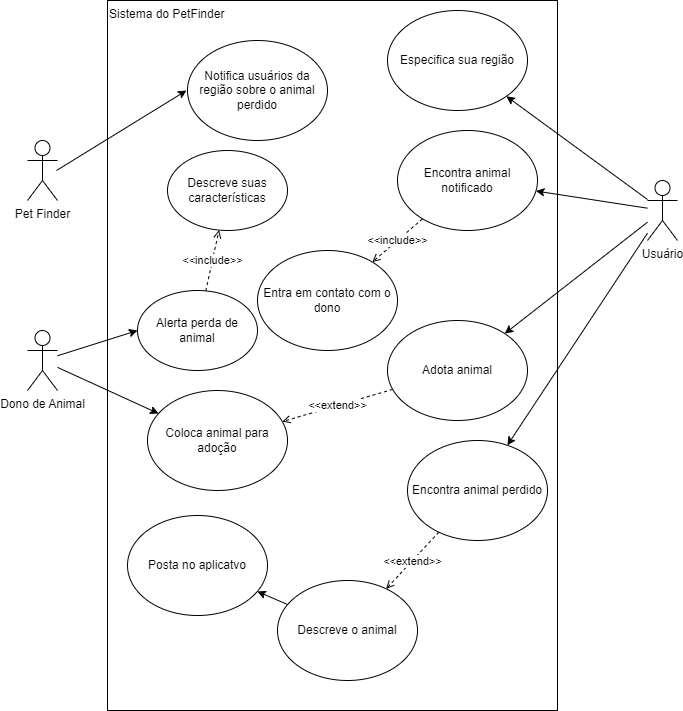
Enrico258/Projeto-de-Software keeps this draw.io diagram as Animal finder.drawio.png. Above is the earlier version. Source tidied: cells renumbered, new cells last; positions are measured from the earlier drawing's top-left corner, leaving out a move shared by most shapes.
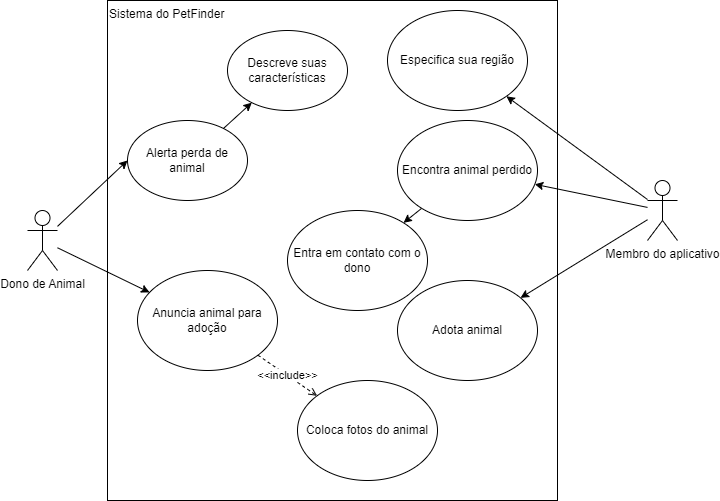
After the commit.

The edit, as a diff of the source:
```diff
@@ -3,30 +3,18 @@
     <mxCell id="0" />
     <mxCell id="1" parent="0" />
     <mxCell id="2" value="Sistema do PetFinder" style="rounded=0;whiteSpace=wrap;html=1;align=left;verticalAlign=top;" parent="1" vertex="1">
-      <mxGeometry x="80" width="450" height="710" as="geometry" />
+      <mxGeometry x="80" width="450" height="500" as="geometry" />
     </mxCell>
-    <mxCell id="3" style="rounded=0;orthogonalLoop=1;jettySize=auto;html=1;" parent="1" edge="1">
-      <mxGeometry relative="1" as="geometry">
-        <mxPoint x="29" y="170" as="sourcePoint" />
-        <mxPoint x="159" y="90" as="targetPoint" />
-      </mxGeometry>
-    </mxCell>
-    <mxCell id="4" value="Pet Finder" style="shape=umlActor;verticalLabelPosition=bottom;verticalAlign=top;html=1;" parent="1" vertex="1">
-      <mxGeometry y="140" width="30" height="60" as="geometry" />
-    </mxCell>
     <mxCell id="5" style="rounded=0;jettySize=auto;html=1;" parent="1" edge="1" source="9" target="17">
       <mxGeometry relative="1" as="geometry" />
     </mxCell>
     <mxCell id="6" style="rounded=0;jettySize=auto;html=1;" parent="1" edge="1" source="9" target="19">
       <mxGeometry relative="1" as="geometry" />
     </mxCell>
-    <mxCell id="7" style="rounded=0;jettySize=auto;html=1;" parent="1" edge="1" source="9" target="23">
-      <mxGeometry relative="1" as="geometry" />
-    </mxCell>
     <mxCell id="8" style="rounded=0;jettySize=auto;html=1;" parent="1" edge="1" source="9" target="29">
       <mxGeometry relative="1" as="geometry" />
     </mxCell>
-    <mxCell id="9" value="Usuário" style="shape=umlActor;verticalLabelPosition=bottom;verticalAlign=top;html=1;outlineConnect=0;" parent="1" vertex="1">
+    <mxCell id="9" value="Membro do aplicativo" style="shape=umlActor;verticalLabelPosition=bottom;verticalAlign=top;html=1;outlineConnect=0;" parent="1" vertex="1">
       <mxGeometry x="620" y="180" width="30" height="60" as="geometry" />
     </mxCell>
     <mxCell id="10" style="rounded=0;jettySize=auto;html=1;entryX=0;entryY=0.5;entryDx=0;entryDy=0;" parent="1" edge="1" source="12" target="15">
@@ -36,58 +24,40 @@
       <mxGeometry relative="1" as="geometry" />
     </mxCell>
     <mxCell id="12" value="Dono de Animal" style="shape=umlActor;verticalLabelPosition=bottom;verticalAlign=top;html=1;outlineConnect=0;" parent="1" vertex="1">
-      <mxGeometry y="330" width="30" height="60" as="geometry" />
+      <mxGeometry y="210" width="30" height="60" as="geometry" />
     </mxCell>
-    <mxCell id="13" value="Notifica usuários da região sobre o animal perdido" style="ellipse;whiteSpace=wrap;html=1;" parent="1" vertex="1">
-      <mxGeometry x="160" y="40" width="140" height="100" as="geometry" />
-    </mxCell>
-    <mxCell id="14" value="&amp;lt;&amp;lt;include&amp;gt;&amp;gt;" style="rounded=0;jettySize=auto;html=1;dashed=1;endArrow=open;endFill=0;" parent="1" edge="1" source="15" target="16">
+    <mxCell id="14" style="rounded=0;jettySize=auto;html=1;" parent="1" edge="1" source="15" target="16">
       <mxGeometry relative="1" as="geometry" />
     </mxCell>
     <mxCell id="15" value="Alerta perda de animal" style="ellipse;whiteSpace=wrap;html=1;" parent="1" vertex="1">
-      <mxGeometry x="110" y="290" width="120" height="80" as="geometry" />
+      <mxGeometry x="100" y="120" width="120" height="80" as="geometry" />
     </mxCell>
     <mxCell id="16" value="Descreve suas características" style="ellipse;whiteSpace=wrap;html=1;" parent="1" vertex="1">
-      <mxGeometry x="140" y="150" width="120" height="80" as="geometry" />
+      <mxGeometry x="200" y="30" width="120" height="80" as="geometry" />
     </mxCell>
     <mxCell id="17" value="Especifica sua região" style="ellipse;whiteSpace=wrap;html=1;" parent="1" vertex="1">
       <mxGeometry x="360" y="10" width="140" height="100" as="geometry" />
     </mxCell>
-    <mxCell id="18" value="&amp;lt;&amp;lt;include&amp;gt;&amp;gt;" style="rounded=0;jettySize=auto;html=1;dashed=1;endArrow=open;endFill=0;" parent="1" edge="1" source="19" target="24">
+    <mxCell id="18" style="rounded=0;jettySize=auto;html=1;" parent="1" edge="1" source="19" target="24">
       <mxGeometry relative="1" as="geometry" />
     </mxCell>
-    <mxCell id="19" value="Encontra animal notificado" style="ellipse;whiteSpace=wrap;html=1;" parent="1" vertex="1">
-      <mxGeometry x="370" y="130" width="140" height="100" as="geometry" />
+    <mxCell id="19" value="Encontra animal perdido" style="ellipse;whiteSpace=wrap;html=1;" parent="1" vertex="1">
+      <mxGeometry x="370" y="120" width="140" height="100" as="geometry" />
     </mxCell>
+    <mxCell id="30" value="&amp;lt;&amp;lt;include&amp;gt;&amp;gt;" style="rounded=0;jettySize=auto;html=1;endArrow=open;endFill=0;dashed=1;" parent="1" edge="1" source="20" target="31">
+      <mxGeometry relative="1" as="geometry" />
+    </mxCell>
-    <mxCell id="20" value="Coloca animal para adoção" style="ellipse;whiteSpace=wrap;html=1;" parent="1" vertex="1">
-      <mxGeometry x="120" y="390" width="140" height="100" as="geometry" />
+    <mxCell id="20" value="Anuncia animal para adoção" style="ellipse;whiteSpace=wrap;html=1;" parent="1" vertex="1">
+      <mxGeometry x="110" y="270" width="140" height="100" as="geometry" />
     </mxCell>
-    <mxCell id="21" style="rounded=0;jettySize=auto;html=1;dashed=1;endArrow=open;endFill=0;" parent="1" edge="1" source="23" target="27">
-      <mxGeometry relative="1" as="geometry" />
-    </mxCell>
-    <mxCell id="22" value="&amp;lt;&amp;lt;extend&amp;gt;&amp;gt;" style="edgeLabel;html=1;align=center;verticalAlign=middle;" parent="21" vertex="1">
-      <mxGeometry x="0.04" relative="1" as="geometry" />
-    </mxCell>
-    <mxCell id="23" value="Encontra animal perdido" style="ellipse;whiteSpace=wrap;html=1;" parent="1" vertex="1">
-      <mxGeometry x="380" y="440" width="140" height="100" as="geometry" />
-    </mxCell>
     <mxCell id="24" value="Entra em contato com o dono" style="ellipse;whiteSpace=wrap;html=1;" parent="1" vertex="1">
-      <mxGeometry x="230" y="250" width="140" height="100" as="geometry" />
+      <mxGeometry x="260" y="210" width="140" height="100" as="geometry" />
     </mxCell>
-    <mxCell id="25" value="Posta no aplicatvo" style="ellipse;whiteSpace=wrap;html=1;" parent="1" vertex="1">
-      <mxGeometry x="100" y="515" width="140" height="100" as="geometry" />
-    </mxCell>
-    <mxCell id="26" style="rounded=0;jettySize=auto;html=1;" parent="1" edge="1" source="27" target="25">
-      <mxGeometry relative="1" as="geometry" />
-    </mxCell>
-    <mxCell id="27" value="Descreve o animal" style="ellipse;whiteSpace=wrap;html=1;" parent="1" vertex="1">
-      <mxGeometry x="250" y="580" width="140" height="100" as="geometry" />
-    </mxCell>
-    <mxCell id="28" value="&amp;lt;&amp;lt;extend&amp;gt;&amp;gt;" style="rounded=0;jettySize=auto;html=1;dashed=1;endArrow=open;endFill=0;" parent="1" edge="1" source="29" target="20">
-      <mxGeometry relative="1" as="geometry" />
-    </mxCell>
     <mxCell id="29" value="Adota animal" style="ellipse;whiteSpace=wrap;html=1;" parent="1" vertex="1">
-      <mxGeometry x="360" y="320" width="140" height="100" as="geometry" />
+      <mxGeometry x="370" y="280" width="140" height="100" as="geometry" />
     </mxCell>
+    <mxCell id="31" value="Coloca fotos do animal" style="ellipse;whiteSpace=wrap;html=1;" parent="1" vertex="1">
+      <mxGeometry x="270" y="380" width="140" height="100" as="geometry" />
+    </mxCell>
   </root>
 </mxGraphModel>
```
